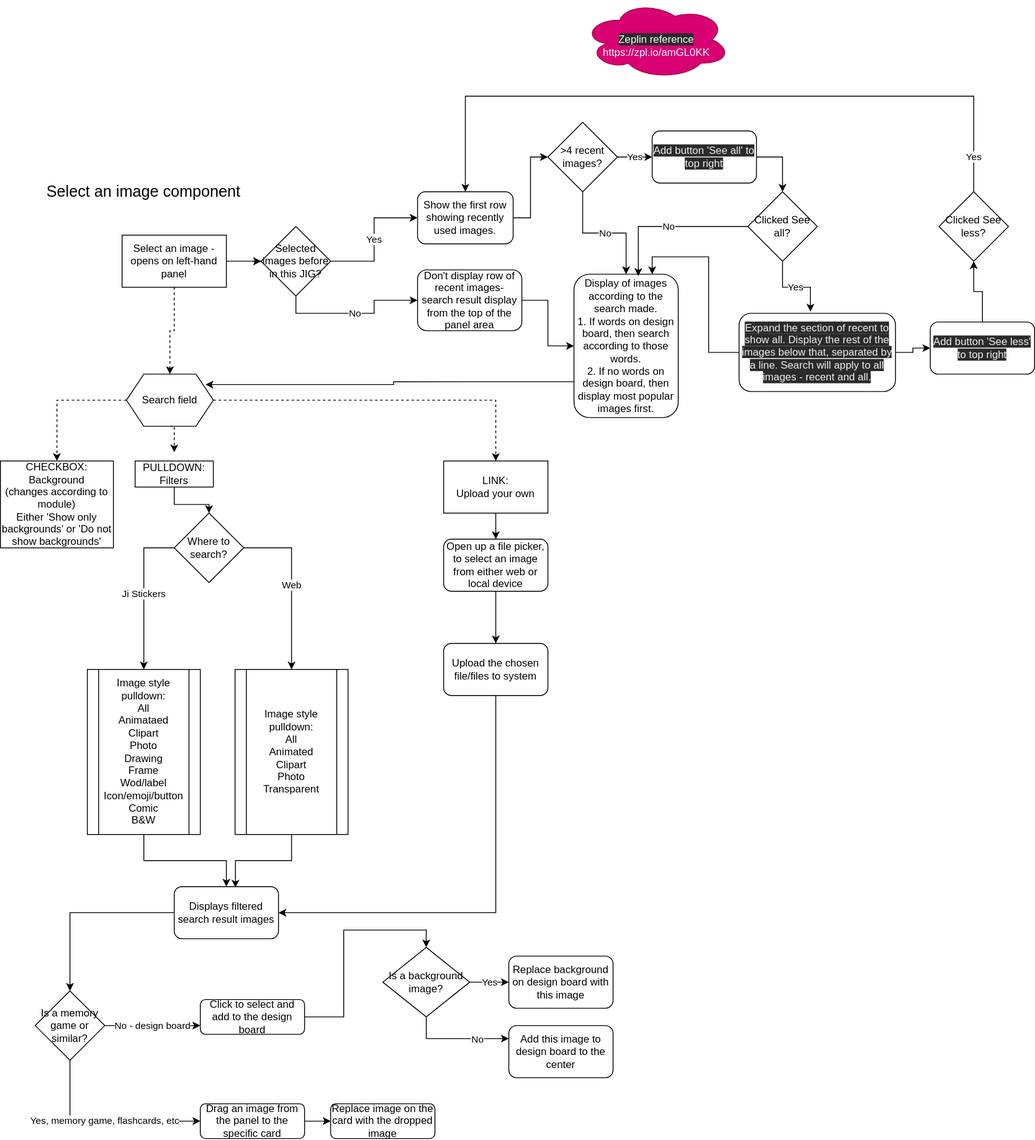
Earlier version of the draw.io export modules/components/select-image.drawio.svg (ji-devs/ji-cloud-flowcharts). Source tidied: cells renumbered, new cells last; positions are measured from the earlier drawing's top-left corner, leaving out a move shared by most shapes.
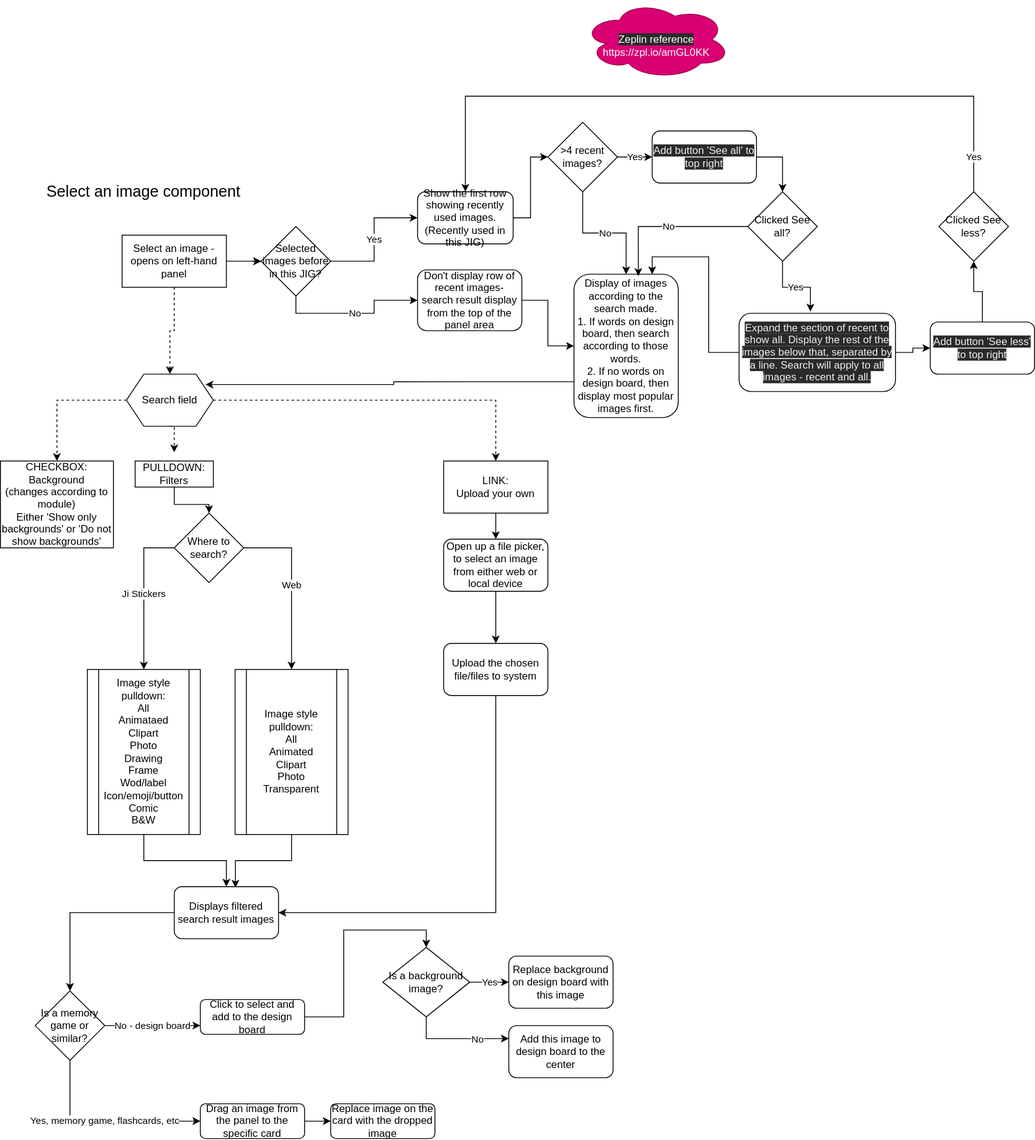
Later version of the same file.

What changed in the source:
```diff
@@ -122,7 +122,7 @@
     <mxCell id="37" style="edgeStyle=orthogonalEdgeStyle;rounded=0;jettySize=auto;html=1;entryX=0;entryY=0.5;entryDx=0;entryDy=0;" parent="1" edge="1" source="38" target="58">
       <mxGeometry relative="1" as="geometry" />
     </mxCell>
-    <mxCell id="38" value="Show the first row showing recently used images.&amp;nbsp;" style="rounded=1;whiteSpace=wrap;html=1;" parent="1" vertex="1">
+    <mxCell id="38" value="Show the first row showing recently used images. (Recently used in this JIG)" style="rounded=1;whiteSpace=wrap;html=1;" parent="1" vertex="1">
       <mxGeometry x="480" y="220" width="110" height="60" as="geometry" />
     </mxCell>
     <mxCell id="39" value="Yes" style="edgeStyle=orthogonalEdgeStyle;rounded=0;jettySize=auto;html=1;entryX=0;entryY=0.5;entryDx=0;entryDy=0;" parent="1" edge="1" source="41" target="38">
```
